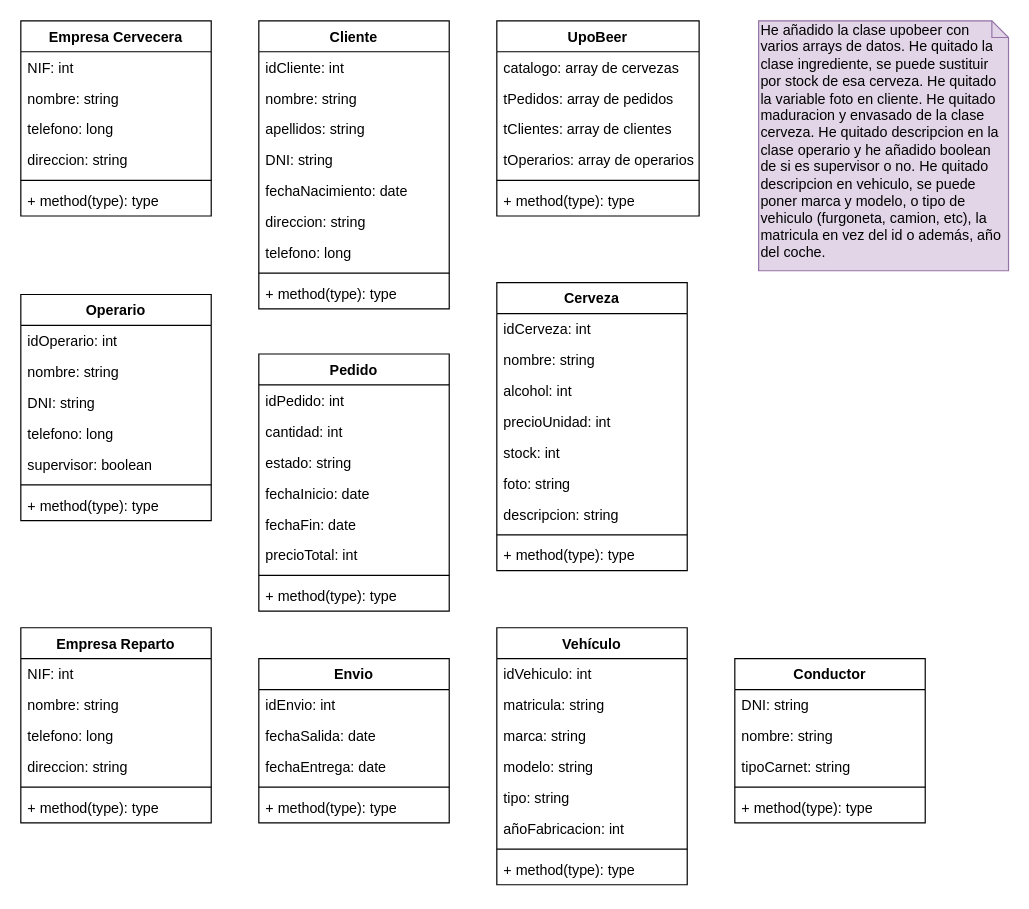
This is Untitled Diagram.drawio from iandreafh/UpoBeer, a draw.io file, before an edit. Source tidied: cells renumbered, new cells numbered last; positions are measured from the earlier drawing's top-left corner, leaving out a move shared by most shapes. Both pictures are drawn from the tidied source at 119%, with x=0, y=0 at pixel (20, 20).
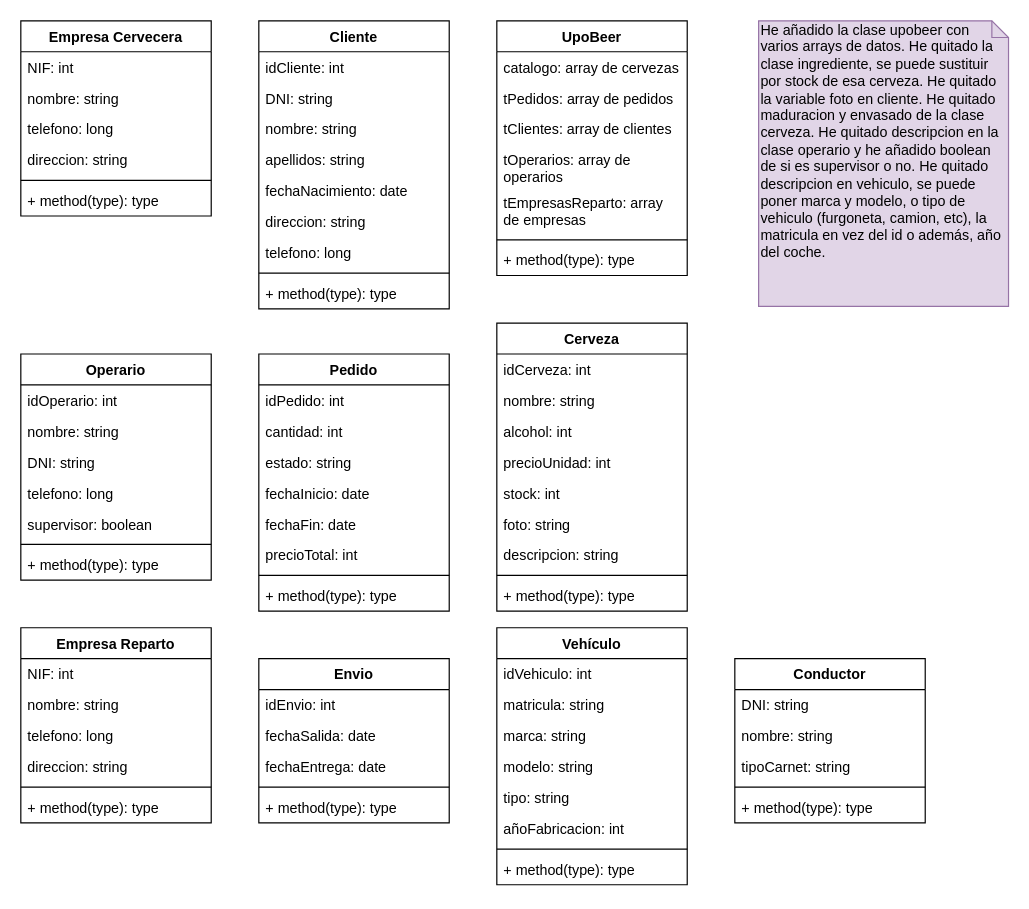
The same diagram, later.

The change refers to these unchanged cells:
```xml
<mxCell id="9" value="Cliente" style="swimlane;fontStyle=1;align=center;verticalAlign=top;horizontal=1;startSize=26;" parent="1" vertex="1">
  <mxGeometry x="200" width="160" height="242" as="geometry" />
</mxCell>
```

Diff of the diagram source:
```diff
@@
+    <mxCell id="13" value="DNI: string" style="text;strokeColor=none;fillColor=none;align=left;verticalAlign=top;spacingLeft=4;spacingRight=4;overflow=hidden;" parent="9" vertex="1">
+      <mxGeometry y="52" width="160" height="26" as="geometry" />
+    </mxCell>
     <mxCell id="11" value="nombre: string" style="text;strokeColor=none;fillColor=none;align=left;verticalAlign=top;spacingLeft=4;spacingRight=4;overflow=hidden;" parent="9" vertex="1">
-      <mxGeometry y="52" width="160" height="26" as="geometry" />
+      <mxGeometry y="78" width="160" height="26" as="geometry" />
     </mxCell>
     <mxCell id="12" value="apellidos: string" style="text;strokeColor=none;fillColor=none;align=left;verticalAlign=top;spacingLeft=4;spacingRight=4;overflow=hidden;" parent="9" vertex="1">
-      <mxGeometry y="78" width="160" height="26" as="geometry" />
+      <mxGeometry y="104" width="160" height="26" as="geometry" />
     </mxCell>
-    <mxCell id="13" value="DNI: string" style="text;strokeColor=none;fillColor=none;align=left;verticalAlign=top;spacingLeft=4;spacingRight=4;overflow=hidden;" parent="9" vertex="1">
-      <mxGeometry y="104" width="160" height="26" as="geometry" />
-    </mxCell>
@@
     <mxCell id="28" value="UpoBeer" style="swimlane;fontStyle=1;align=center;verticalAlign=top;horizontal=1;startSize=26;" parent="1" vertex="1">
-      <mxGeometry x="400" width="170" height="164" as="geometry" />
+      <mxGeometry x="400" width="160" height="214" as="geometry" />
     </mxCell>
     <mxCell id="29" value="catalogo: array de cervezas" style="text;strokeColor=none;fillColor=none;align=left;verticalAlign=top;spacingLeft=4;spacingRight=4;overflow=hidden;" parent="28" vertex="1">
-      <mxGeometry y="26" width="170" height="26" as="geometry" />
+      <mxGeometry y="26" width="160" height="26" as="geometry" />
     </mxCell>
     <mxCell id="30" value="tPedidos: array de pedidos" style="text;strokeColor=none;fillColor=none;align=left;verticalAlign=top;spacingLeft=4;spacingRight=4;overflow=hidden;" parent="28" vertex="1">
-      <mxGeometry y="52" width="170" height="26" as="geometry" />
+      <mxGeometry y="52" width="160" height="26" as="geometry" />
     </mxCell>
     <mxCell id="31" value="tClientes: array de clientes" style="text;strokeColor=none;fillColor=none;align=left;verticalAlign=top;spacingLeft=4;spacingRight=4;overflow=hidden;" parent="28" vertex="1">
-      <mxGeometry y="78" width="170" height="26" as="geometry" />
+      <mxGeometry y="78" width="160" height="26" as="geometry" />
     </mxCell>
-    <mxCell id="32" value="tOperarios: array de operarios" style="text;strokeColor=none;fillColor=none;align=left;verticalAlign=top;spacingLeft=4;spacingRight=4;overflow=hidden;" parent="28" vertex="1">
-      <mxGeometry y="104" width="170" height="26" as="geometry" />
+    <mxCell id="32" value="tOperarios: array de&#10;operarios" style="text;strokeColor=none;fillColor=none;align=left;verticalAlign=top;spacingLeft=4;spacingRight=4;overflow=hidden;" parent="28" vertex="1">
+      <mxGeometry y="104" width="160" height="36" as="geometry" />
     </mxCell>
+    <mxCell id="82" value="tEmpresasReparto: array&#10;de empresas" style="text;strokeColor=none;fillColor=none;align=left;verticalAlign=top;spacingLeft=4;spacingRight=4;overflow=hidden;" parent="28" vertex="1">
+      <mxGeometry y="140" width="160" height="40" as="geometry" />
+    </mxCell>
     <mxCell id="33" style="line;strokeWidth=1;fillColor=none;align=left;verticalAlign=middle;spacingTop=-1;spacingLeft=3;spacingRight=3;labelPosition=right;" parent="28" vertex="1">
-      <mxGeometry y="130" width="170" height="8" as="geometry" />
+      <mxGeometry y="180" width="160" height="8" as="geometry" />
     </mxCell>
     <mxCell id="34" value="+ method(type): type" style="text;strokeColor=none;fillColor=none;align=left;verticalAlign=top;spacingLeft=4;spacingRight=4;overflow=hidden;" parent="28" vertex="1">
-      <mxGeometry y="138" width="170" height="26" as="geometry" />
+      <mxGeometry y="188" width="160" height="26" as="geometry" />
     </mxCell>
     <mxCell id="35" value="Cerveza" style="swimlane;fontStyle=1;align=center;verticalAlign=top;horizontal=1;startSize=26;" parent="1" vertex="1">
-      <mxGeometry x="400" y="220" width="160" height="242" as="geometry" />
+      <mxGeometry x="400" y="254" width="160" height="242" as="geometry" />
     </mxCell>
@@
     <mxCell id="45" value="He añadido la clase upobeer con varios arrays de datos. He quitado la clase ingrediente, se puede sustituir por stock de esa cerveza. He quitado la variable foto en cliente. He quitado maduracion y envasado de la clase cerveza. He quitado descripcion en la clase operario y he añadido boolean de si es supervisor o no. He quitado descripcion en vehiculo, se puede poner marca y modelo, o tipo de vehiculo (furgoneta, camion, etc), la matricula en vez del id o además, año del coche." style="shape=note;whiteSpace=wrap;html=1;size=14;verticalAlign=top;align=left;spacingTop=-6;fillColor=#e1d5e7;strokeColor=#9673a6;" parent="1" vertex="1">
-      <mxGeometry x="620" width="210" height="210" as="geometry" />
+      <mxGeometry x="620" width="210" height="240" as="geometry" />
     </mxCell>
     <mxCell id="46" value="Operario" style="swimlane;fontStyle=1;align=center;verticalAlign=top;horizontal=1;startSize=26;" parent="1" vertex="1">
-      <mxGeometry y="230" width="160" height="190" as="geometry" />
+      <mxGeometry y="280" width="160" height="190" as="geometry" />
     </mxCell>
```
